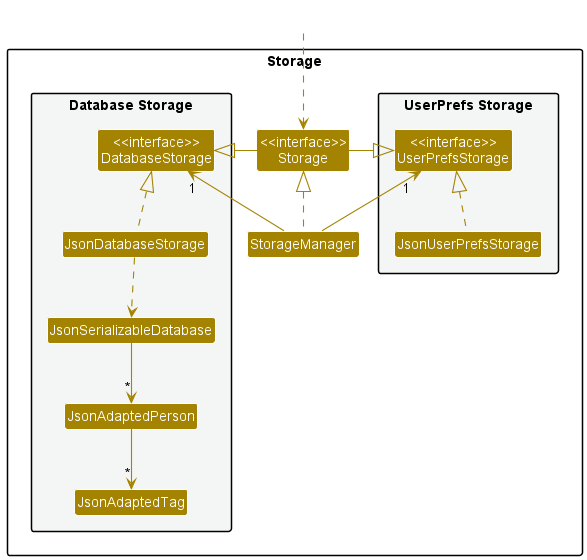
Above: docs/images/diagrams/StorageClassDiagram.png in nus-cs2103-AY2223S1/tp (PlantUML), before the change.
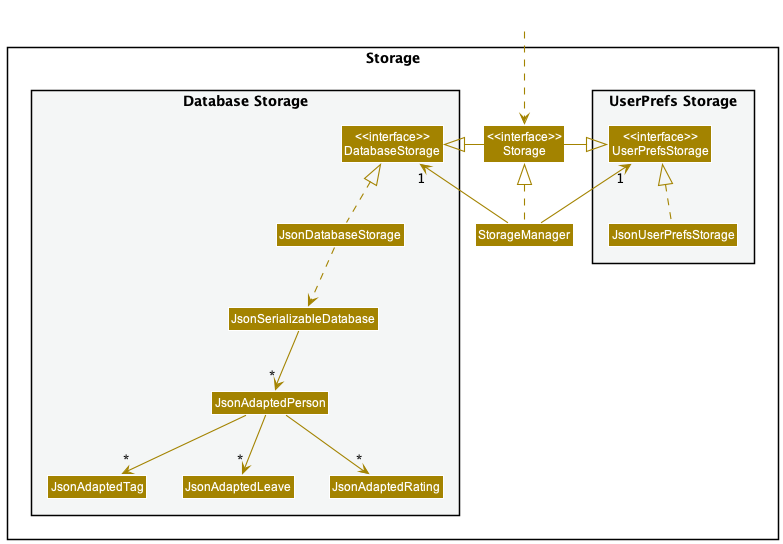
The same file after the commit.

What changed in the source:
```diff
@@ -20,6 +20,8 @@
 Class JsonSerializableDatabase
 Class JsonAdaptedPerson
 Class JsonAdaptedTag
+Class JsonAdaptedLeave
+Class JsonAdaptedRating
 }
 }
 
@@ -38,5 +40,7 @@
 JsonDatabaseStorage ..> JsonSerializableDatabase
 JsonSerializableDatabase --> "*" JsonAdaptedPerson
 JsonAdaptedPerson --> "*" JsonAdaptedTag
+JsonAdaptedPerson --> "*" JsonAdaptedLeave
+JsonAdaptedPerson --> "*" JsonAdaptedRating
 
 @enduml
```
